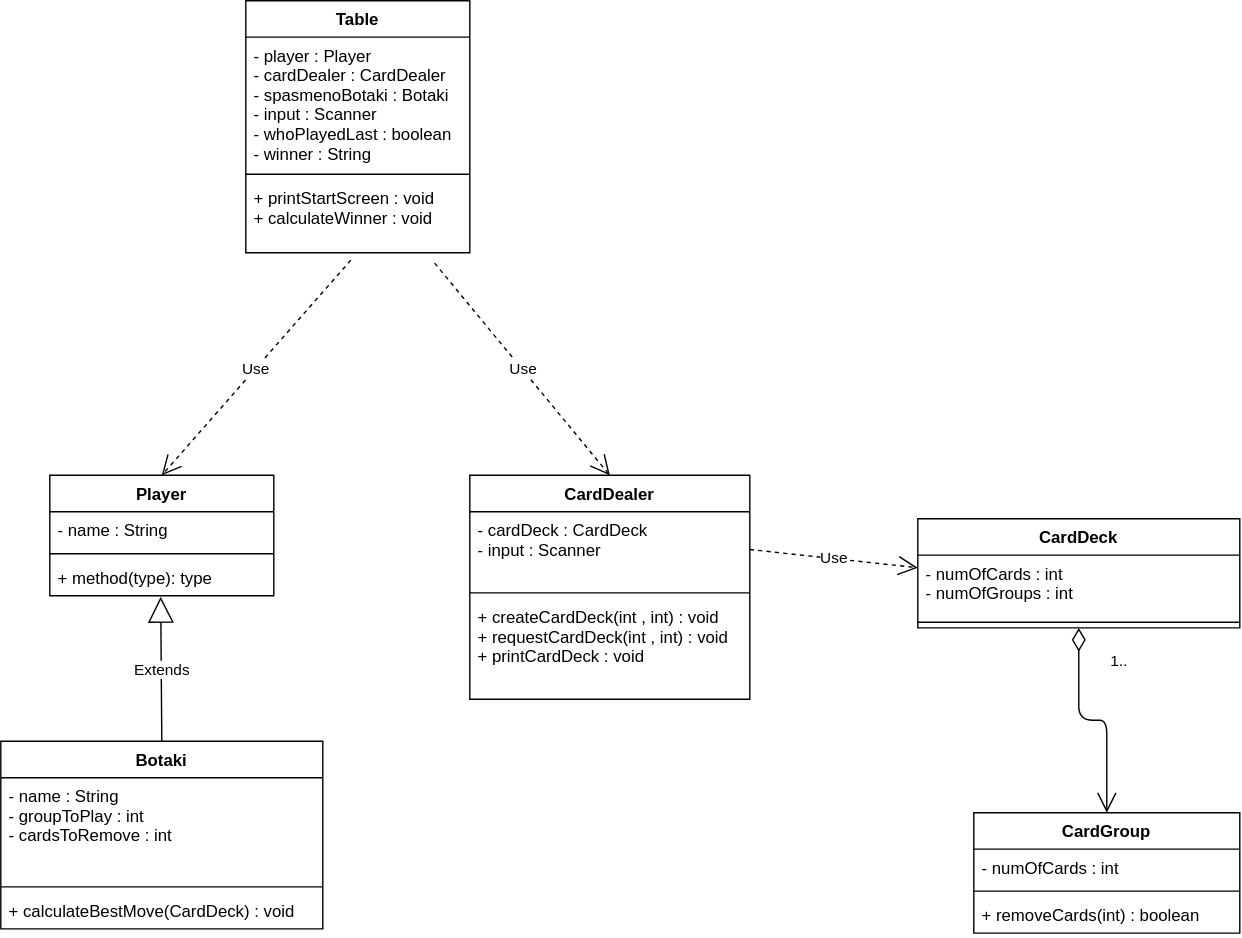
philipAthanasopoulos/Card-io keeps this draw.io diagram as ask2/ask2.drawio.svg. Above is the earlier version. Source tidied: cells renumbered, new cells last; positions are measured from the earlier drawing's top-left corner, leaving out a move shared by most shapes.
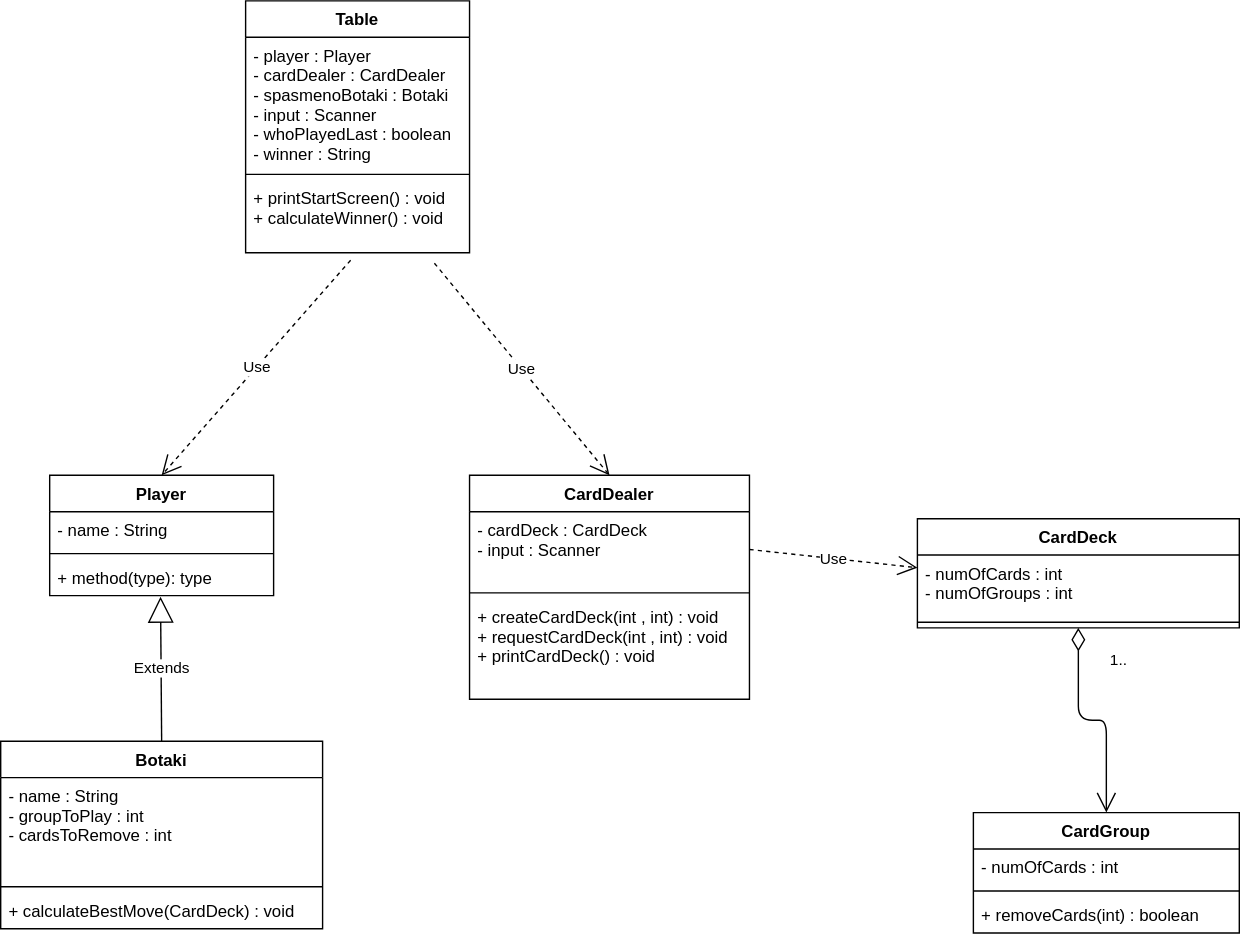
After the change.

Change to the diagram source:
```diff
@@ -38,7 +38,7 @@
     <mxCell id="13" style="line;strokeWidth=1;fillColor=none;align=left;verticalAlign=middle;spacingTop=-1;spacingLeft=3;spacingRight=3;labelPosition=right;strokeColor=inherit;" parent="11" vertex="1">
       <mxGeometry y="80" width="200" height="8" as="geometry" />
     </mxCell>
-    <mxCell id="14" value="+ createCardDeck(int , int) : void&#10;+ requestCardDeck(int , int) : void&#10;+ printCardDeck : void&#10;" style="text;strokeColor=none;fillColor=none;align=left;verticalAlign=top;spacingLeft=4;spacingRight=4;overflow=hidden;" parent="11" vertex="1">
+    <mxCell id="14" value="+ createCardDeck(int , int) : void&#10;+ requestCardDeck(int , int) : void&#10;+ printCardDeck() : void&#10;" style="text;strokeColor=none;fillColor=none;align=left;verticalAlign=top;spacingLeft=4;spacingRight=4;overflow=hidden;" parent="11" vertex="1">
       <mxGeometry y="88" width="200" height="72" as="geometry" />
     </mxCell>
     <mxCell id="15" value="CardDeck" style="swimlane;fontStyle=1;align=center;verticalAlign=top;horizontal=1;startSize=26;" parent="1" vertex="1">
@@ -77,7 +77,7 @@
     <mxCell id="26" style="line;strokeWidth=1;fillColor=none;align=left;verticalAlign=middle;spacingTop=-1;spacingLeft=3;spacingRight=3;labelPosition=right;strokeColor=inherit;" parent="24" vertex="1">
       <mxGeometry y="120" width="160" height="8" as="geometry" />
     </mxCell>
-    <mxCell id="27" value="+ printStartScreen : void&#10;+ calculateWinner : void&#10;" style="text;strokeColor=none;fillColor=none;align=left;verticalAlign=top;spacingLeft=4;spacingRight=4;overflow=hidden;points=[[0,0.5],[1,0.5]];portConstraint=eastwest;" parent="24" vertex="1">
+    <mxCell id="27" value="+ printStartScreen() : void&#10;+ calculateWinner() : void&#10;" style="text;strokeColor=none;fillColor=none;align=left;verticalAlign=top;spacingLeft=4;spacingRight=4;overflow=hidden;points=[[0,0.5],[1,0.5]];portConstraint=eastwest;" parent="24" vertex="1">
       <mxGeometry y="128" width="160" height="52" as="geometry" />
     </mxCell>
     <mxCell id="28" value="Use" style="endArrow=open;endSize=12;dashed=1;html=1;exitX=0.469;exitY=1.102;exitDx=0;exitDy=0;exitPerimeter=0;entryX=0.5;entryY=0;entryDx=0;entryDy=0;" parent="1" edge="1" source="27" target="2">
```
